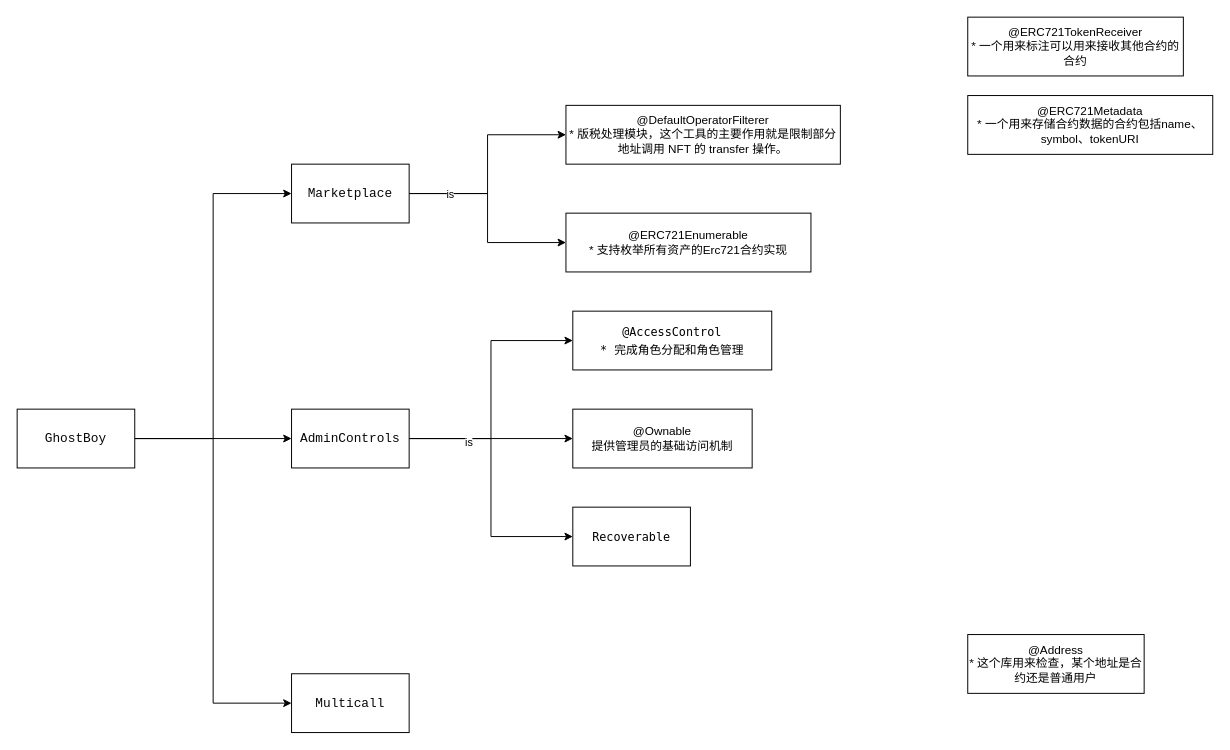
Earlier version of the draw.io diagram PuzzleVault.drawio (linhai0212/uml-idea). Source tidied: cells renumbered, new cells numbered last; positions are measured from the earlier drawing's top-left corner, leaving out a move shared by most shapes. Both pictures are drawn from the tidied source at 98%, with x=0, y=0 at pixel (17, 17).
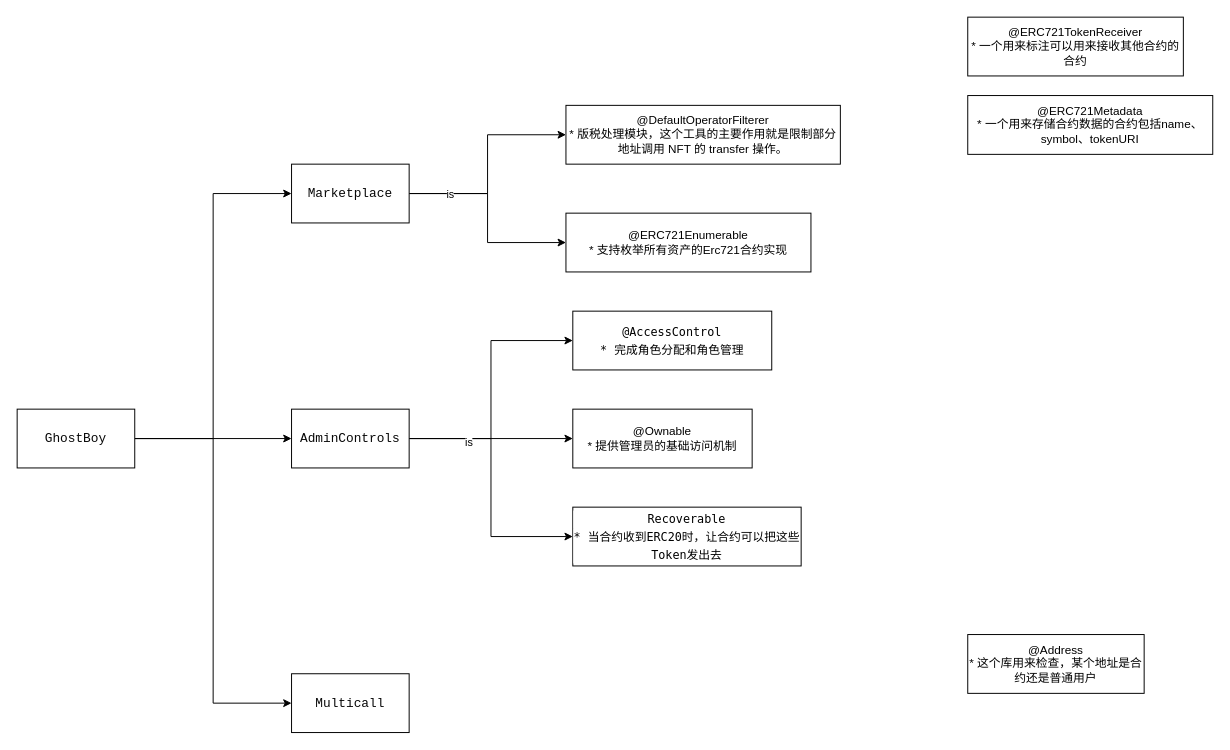
Above is the later version.

Change to the diagram source:
```diff
@@
-    <mxCell id="21" value="&lt;div style=&quot;background-color: rgb(255, 255, 255); font-family: Menlo, Monaco, &amp;quot;Courier New&amp;quot;, monospace; line-height: 18px;&quot;&gt;Recoverable&lt;/div&gt;" style="rounded=0;whiteSpace=wrap;html=1;" parent="1" vertex="1">
-      <mxGeometry x="567" y="500" width="120" height="60" as="geometry" />
+    <mxCell id="21" value="&lt;div style=&quot;background-color: rgb(255, 255, 255); font-family: Menlo, Monaco, &amp;quot;Courier New&amp;quot;, monospace; line-height: 18px;&quot;&gt;Recoverable&lt;/div&gt;&lt;div style=&quot;background-color: rgb(255, 255, 255); font-family: Menlo, Monaco, &amp;quot;Courier New&amp;quot;, monospace; line-height: 18px;&quot;&gt;* 当合约收到ERC20时，让合约可以把这些Token发出去&lt;/div&gt;" style="rounded=0;whiteSpace=wrap;html=1;" parent="1" vertex="1">
+      <mxGeometry x="567" y="500" width="233" height="60" as="geometry" />
     </mxCell>
@@
-    <mxCell id="23" value="@Ownable&lt;br&gt;提供管理员的基础访问机制" style="rounded=0;whiteSpace=wrap;html=1;" parent="1" vertex="1">
+    <mxCell id="23" value="@Ownable&lt;br&gt;* 提供管理员的基础访问机制" style="rounded=0;whiteSpace=wrap;html=1;" parent="1" vertex="1">
       <mxGeometry x="567" y="400" width="183" height="60" as="geometry" />
     </mxCell>
```
